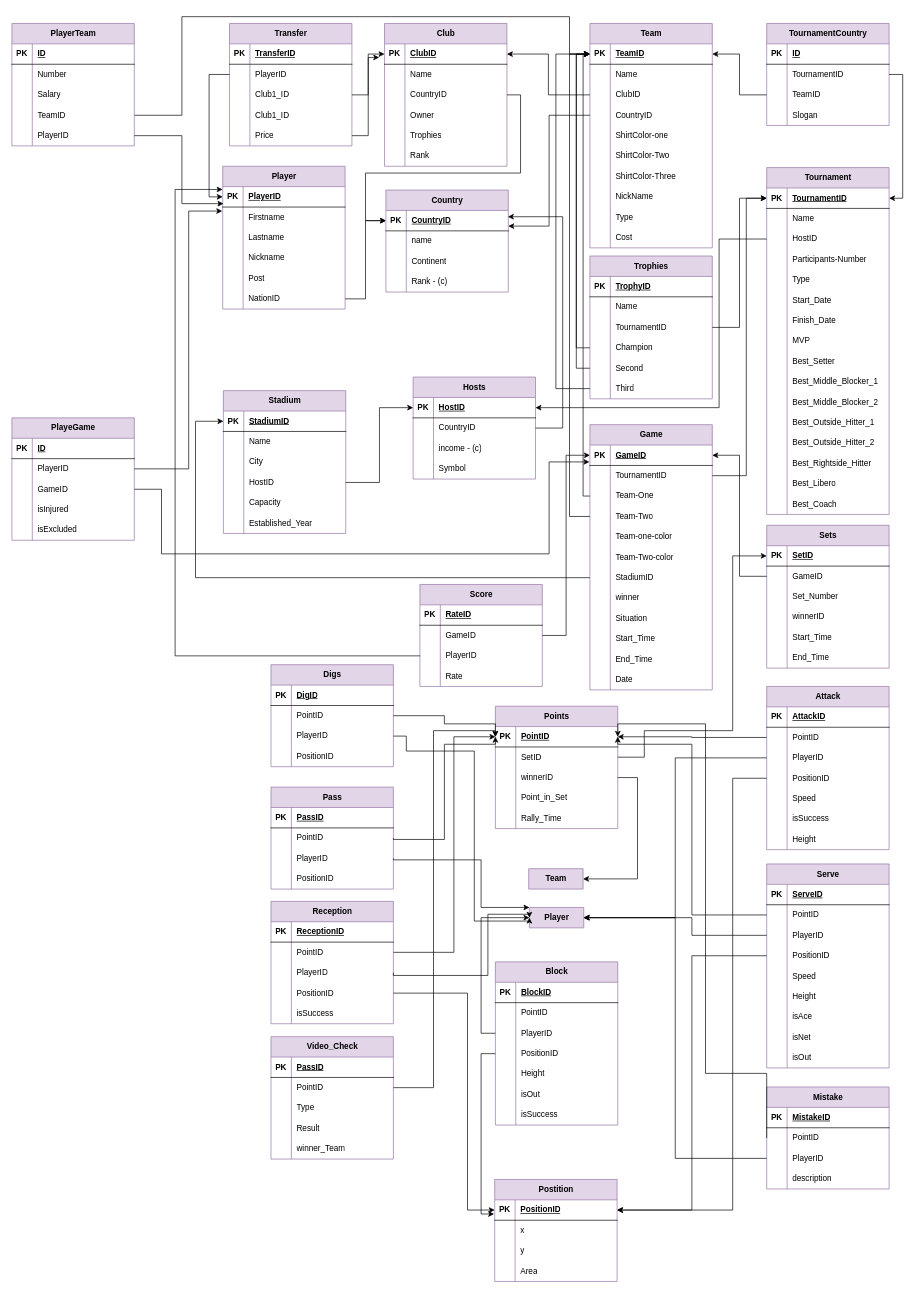
Earlier version of the draw.io diagram page "ER-Diagram" (2 of 2) of DB2_Project_Diagrams.drawio (Matinrezaei/Software-Lab). Source tidied: cells renumbered, new cells numbered last; positions are measured from the earlier drawing's top-left corner, leaving out a move shared by most shapes. Both pictures are drawn from the tidied source at 68%, with x=0, y=0 at pixel (12, 16).
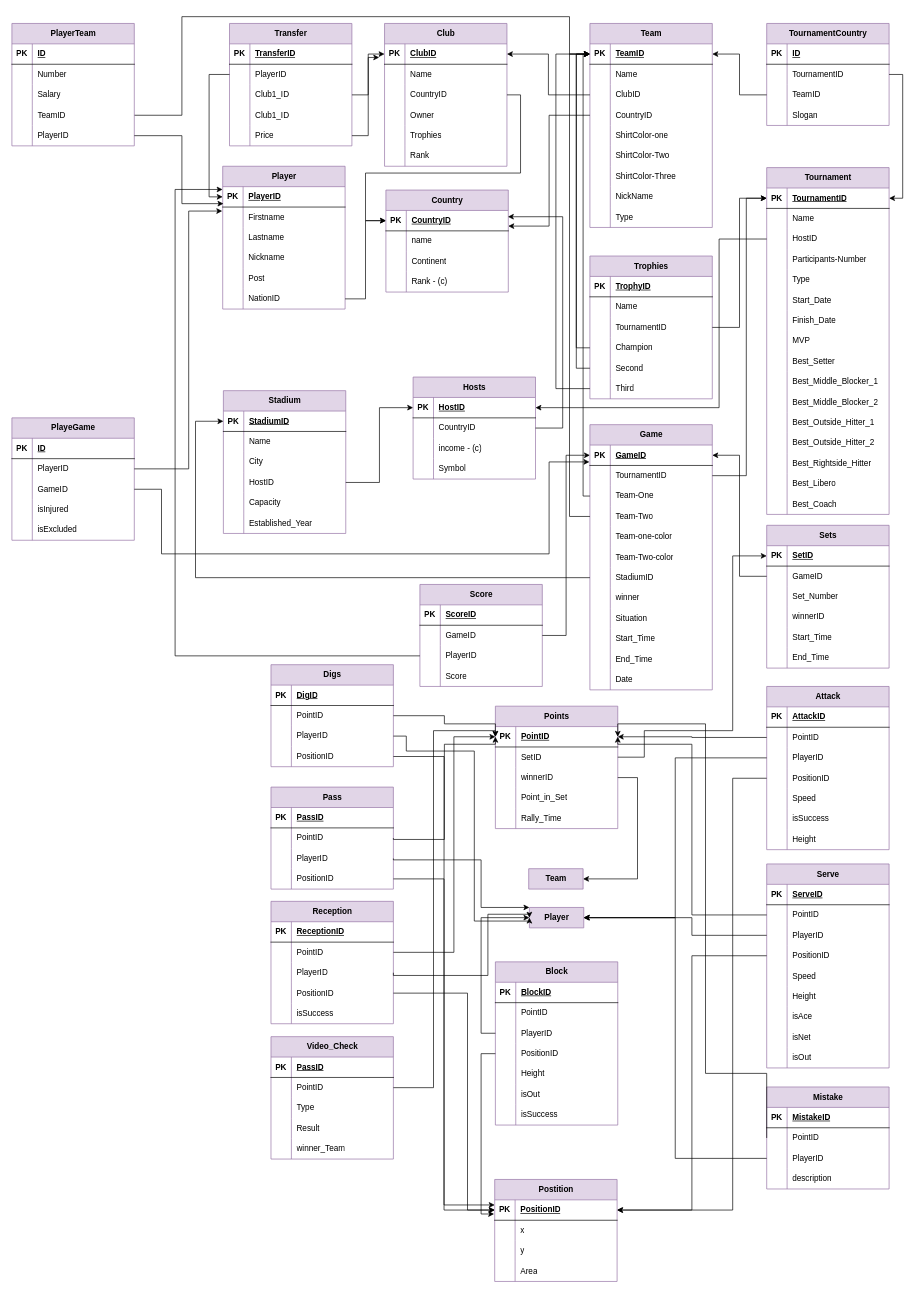
The same diagram, later.

The change refers to these unchanged cells:
```xml
<mxCell id="316" style="shape=tableRow;horizontal=0;startSize=0;swimlaneHead=0;swimlaneBody=0;fillColor=none;points=[[0,0.5],[1,0.5]];portConstraint=eastwest;top=0;left=0;right=0;bottom=0;" parent="306" vertex="1">
  <mxGeometry y="120" width="180" height="30" as="geometry" />
</mxCell>
<mxCell id="330" style="shape=tableRow;horizontal=0;startSize=0;swimlaneHead=0;swimlaneBody=0;fillColor=none;points=[[0,0.5],[1,0.5]];portConstraint=eastwest;top=0;left=0;right=0;bottom=0;" parent="320" vertex="1">
  <mxGeometry y="120" width="180" height="30" as="geometry" />
</mxCell>
<mxCell id="467" style="shape=tableRow;horizontal=0;startSize=0;swimlaneHead=0;swimlaneBody=0;fillColor=none;top=0;left=0;right=0;bottom=1;" parent="466" vertex="1">
  <mxGeometry y="30" width="180" height="30" as="geometry" />
</mxCell>
<mxCell id="476" style="shape=tableRow;horizontal=0;startSize=0;swimlaneHead=0;swimlaneBody=0;fillColor=none;top=0;left=0;right=0;bottom=0;" parent="466" vertex="1">
  <mxGeometry y="120" width="180" height="30" as="geometry" />
</mxCell>
<mxCell id="500" value="Postition" style="shape=table;startSize=30;childLayout=tableLayout;rowLines=0;fontStyle=1;align=center;html=1;fillColor=#e1d5e7;strokeColor=#9673a6;" parent="1" vertex="1">
  <mxGeometry x="710" y="1710" width="180" height="150" as="geometry" />
</mxCell>
<mxCell id="501" style="shape=tableRow;horizontal=0;startSize=0;swimlaneHead=0;swimlaneBody=0;fillColor=none;points=[[0,0.5],[1,0.5]];portConstraint=eastwest;top=0;left=0;right=0;bottom=1;" parent="500" vertex="1">
  <mxGeometry y="30" width="180" height="30" as="geometry" />
</mxCell>
```

Change to the diagram source:
```diff
@@
     <mxCell id="152" value="Team" style="shape=table;startSize=30;childLayout=tableLayout;rowLines=0;fontStyle=1;align=center;html=1;fillColor=#e1d5e7;strokeColor=#9673a6;" parent="1" vertex="1">
-      <mxGeometry x="850" y="10" width="180" height="330" as="geometry" />
+      <mxGeometry x="850" y="10" width="180" height="300" as="geometry" />
     </mxCell>
@@
-    <mxCell id="180" style="shape=tableRow;horizontal=0;startSize=0;swimlaneHead=0;swimlaneBody=0;fillColor=none;top=0;left=0;right=0;bottom=0;" parent="152" vertex="1">
-      <mxGeometry y="300" width="180" height="30" as="geometry" />
-    </mxCell>
-    <mxCell id="181" style="shape=partialRectangle;fillColor=none;top=0;left=0;bottom=0;right=0;overflow=hidden;whiteSpace=wrap;html=1;" parent="180" vertex="1">
-      <mxGeometry width="30" height="30" as="geometry" />
-    </mxCell>
-    <mxCell id="182" value="Cost" style="shape=partialRectangle;fillColor=none;top=0;left=0;bottom=0;right=0;align=left;spacingLeft=6;overflow=hidden;whiteSpace=wrap;html=1;" parent="180" vertex="1">
-      <mxGeometry x="30" width="150" height="30" as="geometry" />
-    </mxCell>
@@
-    <mxCell id="469" value="RateID" style="shape=partialRectangle;fillColor=none;top=0;left=0;bottom=0;right=0;align=left;spacingLeft=6;fontStyle=5;overflow=hidden;whiteSpace=wrap;html=1;" parent="467" vertex="1">
+    <mxCell id="469" value="ScoreID" style="shape=partialRectangle;fillColor=none;top=0;left=0;bottom=0;right=0;align=left;spacingLeft=6;fontStyle=5;overflow=hidden;whiteSpace=wrap;html=1;" parent="467" vertex="1">
       <mxGeometry x="30" width="150" height="30" as="geometry" />
     </mxCell>
@@
-    <mxCell id="478" value="Rate" style="shape=partialRectangle;fillColor=none;top=0;left=0;bottom=0;right=0;align=left;spacingLeft=6;overflow=hidden;whiteSpace=wrap;html=1;" parent="476" vertex="1">
+    <mxCell id="478" value="Score" style="shape=partialRectangle;fillColor=none;top=0;left=0;bottom=0;right=0;align=left;spacingLeft=6;overflow=hidden;whiteSpace=wrap;html=1;" parent="476" vertex="1">
       <mxGeometry x="30" width="150" height="30" as="geometry" />
     </mxCell>
@@
+    <mxCell id="535" style="edgeStyle=orthogonalEdgeStyle;rounded=0;jettySize=auto;html=1;entryX=0;entryY=0.25;entryDx=0;entryDy=0;" parent="1" edge="1" source="330" target="500">
+      <mxGeometry relative="1" as="geometry" />
+    </mxCell>
+    <mxCell id="536" style="edgeStyle=orthogonalEdgeStyle;rounded=0;jettySize=auto;html=1;" parent="1" edge="1" source="316" target="501">
+      <mxGeometry relative="1" as="geometry" />
+    </mxCell>
```
